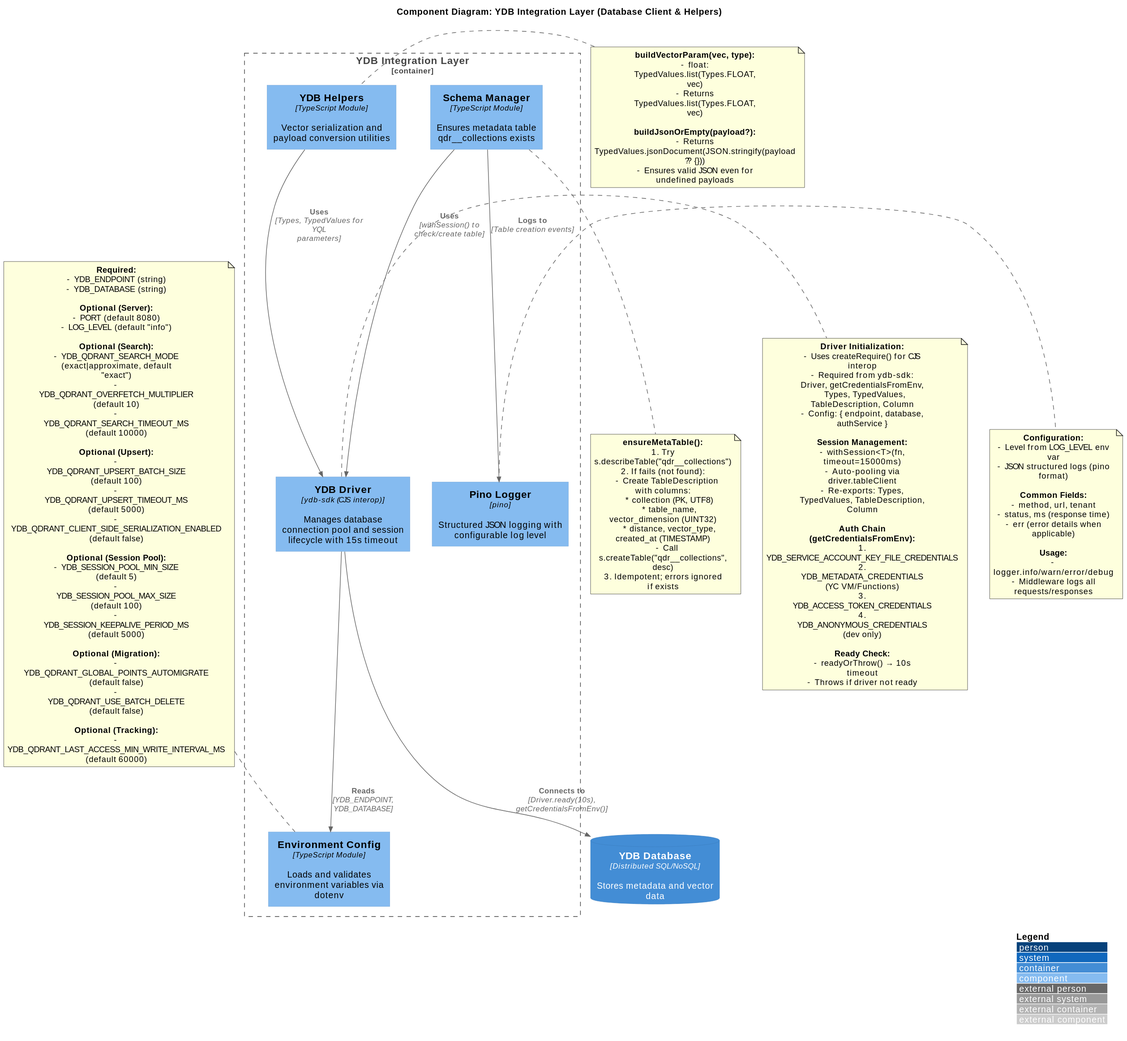
Earlier version of the PlantUML export schemas/C4-Component-YDB-Integration.svg (astandrik/ydb-qdrant).
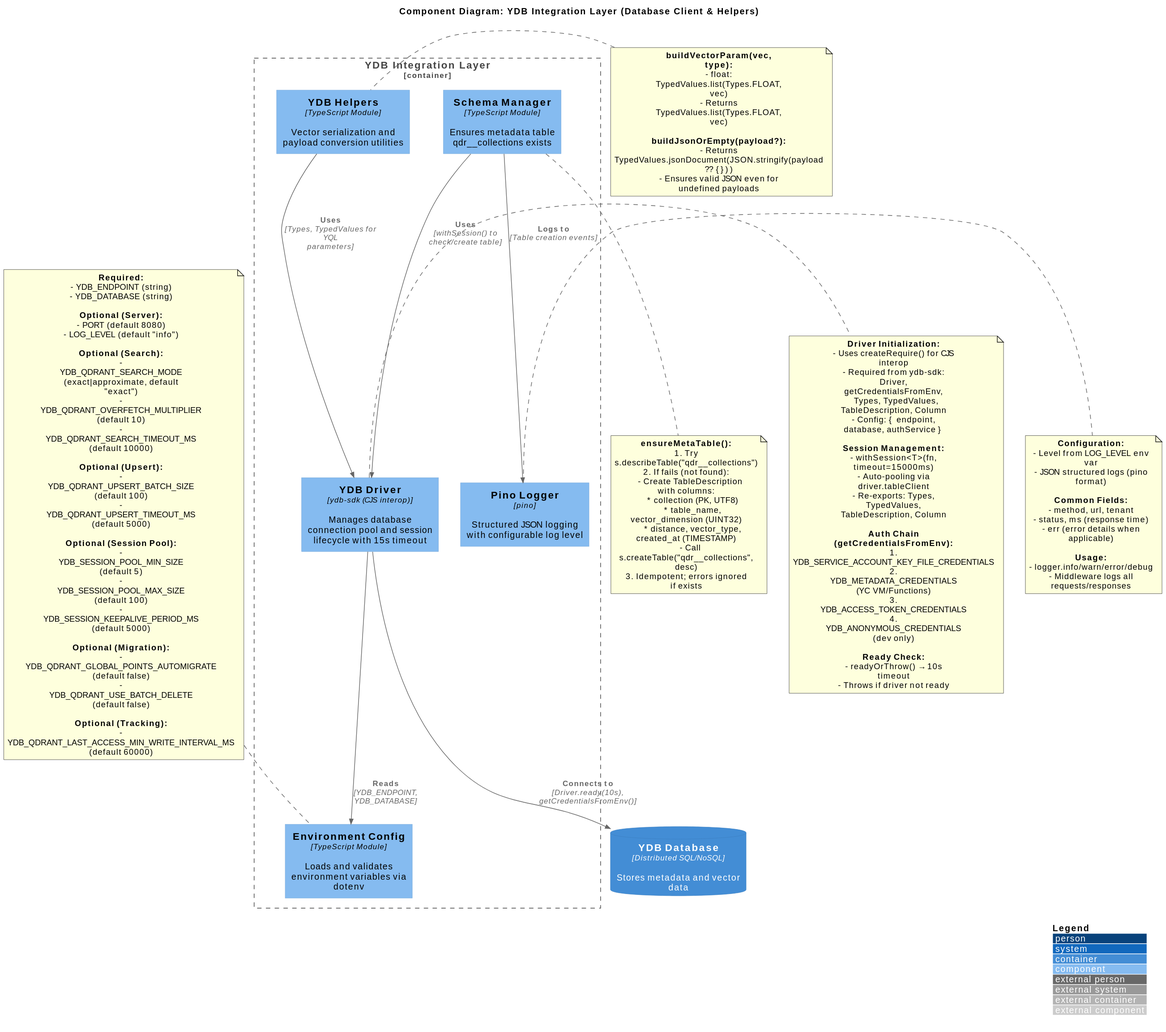
Above is the later version.

Diff of the diagram source:
```diff
@@ -89,7 +89,6 @@
   **Optional (Upsert):**
   - YDB_QDRANT_UPSERT_BATCH_SIZE (default 100)
   - YDB_QDRANT_UPSERT_TIMEOUT_MS (default 5000)
-  - YDB_QDRANT_CLIENT_SIDE_SERIALIZATION_ENABLED (default false)
 
   **Optional (Session Pool):**
   - YDB_SESSION_POOL_MIN_SIZE (default 5)
```
